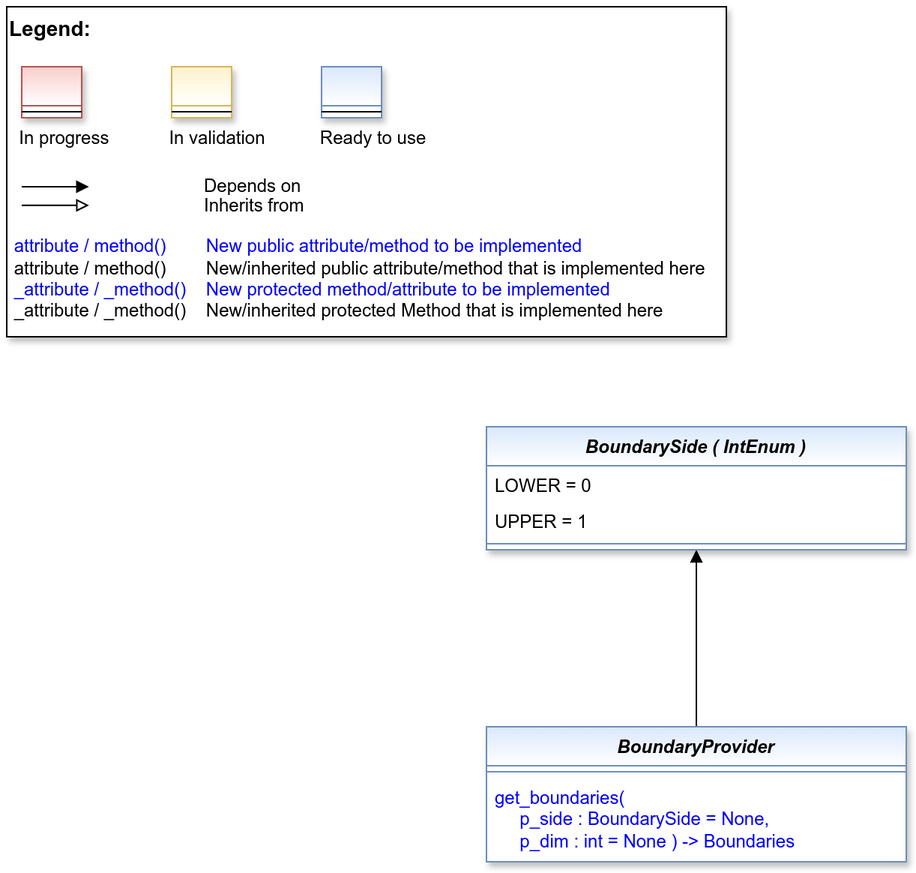
Above: doc/rtd/content/99_appendices/appendix2/sub/mlpro_bf/layer2_mathematics/images/MLPro-BF-Math-Statistics_class_diagram.drawio.png in fhswf/MLPro (draw.io), before the change. Source tidied: cells renumbered, new cells last; positions are measured from the earlier drawing's top-left corner, leaving out a move shared by most shapes. Source of this version:
```xml
<mxGraphModel>
  <root>
    <mxCell id="0" />
    <mxCell id="1" parent="0" />
    <mxCell id="2" style="edgeStyle=orthogonalEdgeStyle;rounded=0;jettySize=auto;html=1;endArrow=block;endFill=1;" parent="1" edge="1" source="3" target="16">
      <mxGeometry relative="1" as="geometry" />
    </mxCell>
    <mxCell id="3" value="BoundaryProvider" style="swimlane;fontStyle=3;align=center;verticalAlign=top;horizontal=1;startSize=26;rounded=0;shadow=1;strokeWidth=1;fillColor=#dae8fc;strokeColor=#6c8ebf;gradientColor=#FFFFFF;swimlaneFillColor=#FFFFFF;" parent="1" vertex="1">
      <mxGeometry x="320" y="480" width="280" height="90" as="geometry" />
    </mxCell>
    <mxCell id="4" style="line;html=1;strokeWidth=1;align=left;verticalAlign=middle;spacingTop=-1;spacingLeft=3;spacingRight=3;labelPosition=right;fillColor=#dae8fc;strokeColor=#6c8ebf;gradientColor=#FFFFFF;" parent="3" vertex="1">
      <mxGeometry y="26" width="280" height="8" as="geometry" />
    </mxCell>
    <mxCell id="5" value="get_boundaries( &#10;     p_side : BoundarySide = None, &#10;     p_dim : int = None ) -&gt; Boundaries" style="text;align=left;verticalAlign=top;spacingLeft=4;spacingRight=4;overflow=hidden;fontColor=#0000FF;whiteSpace=wrap;" parent="3" vertex="1">
      <mxGeometry y="34" width="280" height="54" as="geometry" />
    </mxCell>
    <mxCell id="6" style="group;" parent="1" vertex="1">
      <mxGeometry width="480" height="220" as="geometry" />
    </mxCell>
    <mxCell id="7" value="&lt;font color=&quot;#000000&quot; size=&quot;1&quot;&gt;&lt;b style=&quot;font-size: 14px&quot;&gt;Legend:&lt;br&gt;&lt;/b&gt;&lt;/font&gt;&lt;br&gt;&lt;br&gt;&lt;br&gt;&lt;font color=&quot;#0000ff&quot; style=&quot;font-size: 6px&quot;&gt;&lt;br&gt;&lt;/font&gt;&lt;span style=&quot;color: rgb(0 , 0 , 0)&quot;&gt;&lt;font style=&quot;font-size: 4px&quot;&gt;&amp;nbsp; &amp;nbsp;&lt;/font&gt;&amp;nbsp;In progress&amp;nbsp; &amp;nbsp; &amp;nbsp; &amp;nbsp; &amp;nbsp; &amp;nbsp; In validation&amp;nbsp; &amp;nbsp; &amp;nbsp; &amp;nbsp; &amp;nbsp; &amp;nbsp;Ready to use&lt;/span&gt;&lt;font color=&quot;#000000&quot;&gt;&amp;nbsp;&lt;br&gt;&lt;/font&gt;&lt;font color=&quot;#0000ff&quot;&gt;&lt;br&gt;&lt;br&gt;&lt;br&gt;&lt;br&gt;&amp;nbsp;attribute / method()&amp;nbsp; &amp;nbsp; &amp;nbsp; &amp;nbsp; New public attribute/method to be implemented&lt;/font&gt;&lt;br&gt;&lt;font color=&quot;#000000&quot;&gt;&amp;nbsp;&lt;/font&gt;&lt;font color=&quot;#000000&quot;&gt;attribute / method()&lt;span&gt;&#9;&lt;/span&gt;&amp;nbsp; &amp;nbsp; &amp;nbsp; &amp;nbsp;New/inherited public attribute/method that is implemented here&lt;br&gt;&lt;/font&gt;&lt;font color=&quot;#0000ff&quot;&gt;&amp;nbsp;_attribute /&amp;nbsp;&lt;/font&gt;&lt;font color=&quot;#0000ff&quot;&gt;_method()&amp;nbsp; &amp;nbsp; New protected method/attribute to be implemented&lt;/font&gt;&lt;br&gt;&lt;font color=&quot;#000000&quot;&gt;&amp;nbsp;_attribute / _method()&amp;nbsp; &amp;nbsp; New/inherited protected Method that is implemented here&lt;br&gt;&lt;/font&gt;&lt;font color=&quot;#000000&quot;&gt;&lt;br&gt;&lt;br&gt;&lt;br&gt;&lt;br&gt;&lt;br&gt;&lt;/font&gt;" style="text;html=1;align=left;verticalAlign=top;whiteSpace=wrap;rounded=0;fontColor=#006600;strokeColor=#000000;shadow=1;fillColor=#ffffff;" parent="6" vertex="1">
      <mxGeometry width="480" height="220" as="geometry" />
    </mxCell>
    <mxCell id="8" value="Depends on" style="endArrow=block;html=1;labelPosition=right;verticalLabelPosition=middle;align=left;verticalAlign=middle;endFill=1;fontSize=12;" parent="6" edge="1">
      <mxGeometry x="-1590" y="-2180" as="geometry">
        <mxPoint x="10" y="120" as="sourcePoint" />
        <mxPoint x="54.8" y="120" as="targetPoint" />
        <Array as="points">
          <mxPoint x="30" y="120" />
        </Array>
        <mxPoint x="98" as="offset" />
      </mxGeometry>
    </mxCell>
    <mxCell id="9" value="Inherits from" style="endArrow=block;html=1;labelPosition=right;verticalLabelPosition=middle;align=left;verticalAlign=middle;endFill=0;fontSize=12;" parent="6" edge="1">
      <mxGeometry x="-1590" y="-2180" as="geometry">
        <mxPoint x="10" y="132.4" as="sourcePoint" />
        <mxPoint x="54.8" y="132.4" as="targetPoint" />
        <mxPoint x="98" y="1" as="offset" />
      </mxGeometry>
    </mxCell>
    <mxCell id="10" style="swimlane;fontStyle=3;align=center;verticalAlign=top;horizontal=1;startSize=26;rounded=0;shadow=1;strokeWidth=1;fillColor=#f8cecc;strokeColor=#b85450;gradientColor=#ffffff;swimlaneFillColor=#ffffff;" parent="6" vertex="1">
      <mxGeometry x="10" y="40" width="40" height="34" as="geometry" />
    </mxCell>
    <mxCell id="11" style="line;html=1;strokeWidth=1;align=left;verticalAlign=middle;spacingTop=-1;spacingLeft=3;spacingRight=3;labelPosition=right;" parent="10" vertex="1">
      <mxGeometry y="26" width="40" height="8" as="geometry" />
    </mxCell>
    <mxCell id="12" style="swimlane;fontStyle=3;align=center;verticalAlign=top;horizontal=1;startSize=26;rounded=0;shadow=1;strokeWidth=1;fillColor=#fff2cc;strokeColor=#d6b656;gradientColor=#ffffff;swimlaneFillColor=#ffffff;" parent="6" vertex="1">
      <mxGeometry x="110" y="40" width="40" height="34" as="geometry" />
    </mxCell>
    <mxCell id="13" style="line;html=1;strokeWidth=1;align=left;verticalAlign=middle;spacingTop=-1;spacingLeft=3;spacingRight=3;labelPosition=right;" parent="12" vertex="1">
      <mxGeometry y="26" width="40" height="8" as="geometry" />
    </mxCell>
    <mxCell id="14" style="swimlane;fontStyle=3;align=center;verticalAlign=top;horizontal=1;startSize=26;rounded=0;shadow=1;strokeWidth=1;fillColor=#dae8fc;strokeColor=#6c8ebf;gradientColor=#ffffff;swimlaneFillColor=#ffffff;" parent="6" vertex="1">
      <mxGeometry x="210" y="40" width="40" height="34" as="geometry" />
    </mxCell>
    <mxCell id="15" style="line;html=1;strokeWidth=1;align=left;verticalAlign=middle;spacingTop=-1;spacingLeft=3;spacingRight=3;labelPosition=right;" parent="14" vertex="1">
      <mxGeometry y="26" width="40" height="8" as="geometry" />
    </mxCell>
    <mxCell id="16" value="BoundarySide ( IntEnum )" style="swimlane;fontStyle=3;align=center;verticalAlign=top;horizontal=1;startSize=26;rounded=0;shadow=1;strokeWidth=1;fillColor=#dae8fc;strokeColor=#6c8ebf;gradientColor=#FFFFFF;swimlaneFillColor=#FFFFFF;" parent="1" vertex="1">
      <mxGeometry x="320" y="280" width="280" height="82" as="geometry" />
    </mxCell>
    <mxCell id="17" value="LOWER = 0" style="text;align=left;verticalAlign=top;spacingLeft=4;spacingRight=4;overflow=hidden;fontColor=default;whiteSpace=wrap;" parent="16" vertex="1">
      <mxGeometry y="26" width="280" height="24" as="geometry" />
    </mxCell>
    <mxCell id="18" value="UPPER = 1" style="text;align=left;verticalAlign=top;spacingLeft=4;spacingRight=4;overflow=hidden;points=[[0,0.5],[1,0.5]];portConstraint=eastwest;fontColor=default;whiteSpace=wrap;" parent="16" vertex="1">
      <mxGeometry y="50" width="280" height="24" as="geometry" />
    </mxCell>
    <mxCell id="19" style="line;html=1;strokeWidth=1;align=left;verticalAlign=middle;spacingTop=-1;spacingLeft=3;spacingRight=3;labelPosition=right;fillColor=#dae8fc;strokeColor=#6c8ebf;gradientColor=#FFFFFF;" parent="16" vertex="1">
      <mxGeometry y="74" width="280" height="8" as="geometry" />
    </mxCell>
  </root>
</mxGraphModel>
```
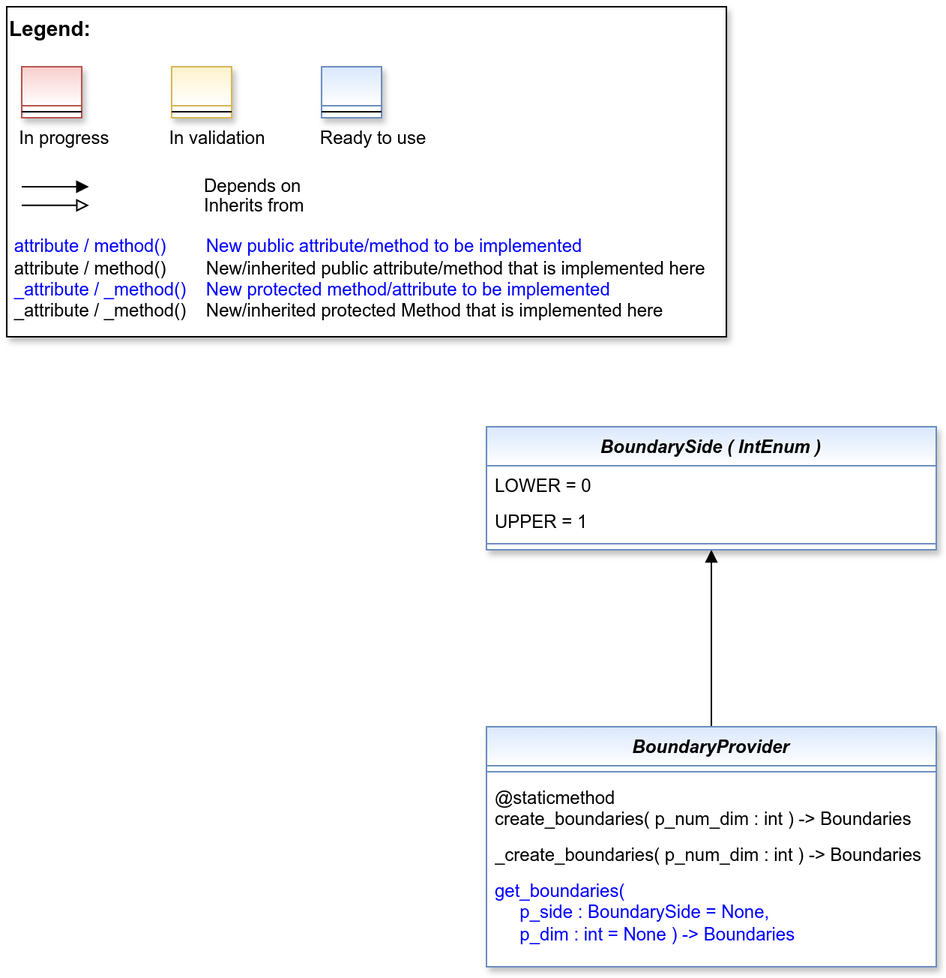
Above is the later version.

Diff of the diagram source:
```diff
@@ -2,70 +2,76 @@
   <root>
     <mxCell id="0" />
     <mxCell id="1" parent="0" />
-    <mxCell id="2" style="edgeStyle=orthogonalEdgeStyle;rounded=0;jettySize=auto;html=1;endArrow=block;endFill=1;" parent="1" edge="1" source="3" target="16">
+    <mxCell id="2" style="edgeStyle=orthogonalEdgeStyle;rounded=0;jettySize=auto;html=1;endArrow=block;endFill=1;" parent="1" edge="1" source="3" target="18">
       <mxGeometry relative="1" as="geometry" />
     </mxCell>
     <mxCell id="3" value="BoundaryProvider" style="swimlane;fontStyle=3;align=center;verticalAlign=top;horizontal=1;startSize=26;rounded=0;shadow=1;strokeWidth=1;fillColor=#dae8fc;strokeColor=#6c8ebf;gradientColor=#FFFFFF;swimlaneFillColor=#FFFFFF;" parent="1" vertex="1">
-      <mxGeometry x="320" y="480" width="280" height="90" as="geometry" />
+      <mxGeometry x="320" y="480" width="300" height="160" as="geometry" />
     </mxCell>
     <mxCell id="4" style="line;html=1;strokeWidth=1;align=left;verticalAlign=middle;spacingTop=-1;spacingLeft=3;spacingRight=3;labelPosition=right;fillColor=#dae8fc;strokeColor=#6c8ebf;gradientColor=#FFFFFF;" parent="3" vertex="1">
-      <mxGeometry y="26" width="280" height="8" as="geometry" />
+      <mxGeometry y="26" width="300" height="8" as="geometry" />
     </mxCell>
-    <mxCell id="5" value="get_boundaries( &#10;     p_side : BoundarySide = None, &#10;     p_dim : int = None ) -&gt; Boundaries" style="text;align=left;verticalAlign=top;spacingLeft=4;spacingRight=4;overflow=hidden;fontColor=#0000FF;whiteSpace=wrap;" parent="3" vertex="1">
-      <mxGeometry y="34" width="280" height="54" as="geometry" />
+    <mxCell id="5" value="@staticmethod&#10;create_boundaries( p_num_dim : int ) -&gt; Boundaries" style="text;align=left;verticalAlign=top;spacingLeft=4;spacingRight=4;overflow=hidden;fontColor=default;whiteSpace=wrap;" parent="3" vertex="1">
+      <mxGeometry y="34" width="300" height="38" as="geometry" />
     </mxCell>
-    <mxCell id="6" style="group;" parent="1" vertex="1">
-      <mxGeometry width="480" height="220" as="geometry" />
+    <mxCell id="6" value="_create_boundaries( p_num_dim : int ) -&gt; Boundaries" style="text;align=left;verticalAlign=top;spacingLeft=4;spacingRight=4;overflow=hidden;fontColor=default;whiteSpace=wrap;" parent="3" vertex="1">
+      <mxGeometry y="72" width="300" height="24" as="geometry" />
     </mxCell>
-    <mxCell id="7" value="&lt;font color=&quot;#000000&quot; size=&quot;1&quot;&gt;&lt;b style=&quot;font-size: 14px&quot;&gt;Legend:&lt;br&gt;&lt;/b&gt;&lt;/font&gt;&lt;br&gt;&lt;br&gt;&lt;br&gt;&lt;font color=&quot;#0000ff&quot; style=&quot;font-size: 6px&quot;&gt;&lt;br&gt;&lt;/font&gt;&lt;span style=&quot;color: rgb(0 , 0 , 0)&quot;&gt;&lt;font style=&quot;font-size: 4px&quot;&gt;&amp;nbsp; &amp;nbsp;&lt;/font&gt;&amp;nbsp;In progress&amp;nbsp; &amp;nbsp; &amp;nbsp; &amp;nbsp; &amp;nbsp; &amp;nbsp; In validation&amp;nbsp; &amp;nbsp; &amp;nbsp; &amp;nbsp; &amp;nbsp; &amp;nbsp;Ready to use&lt;/span&gt;&lt;font color=&quot;#000000&quot;&gt;&amp;nbsp;&lt;br&gt;&lt;/font&gt;&lt;font color=&quot;#0000ff&quot;&gt;&lt;br&gt;&lt;br&gt;&lt;br&gt;&lt;br&gt;&amp;nbsp;attribute / method()&amp;nbsp; &amp;nbsp; &amp;nbsp; &amp;nbsp; New public attribute/method to be implemented&lt;/font&gt;&lt;br&gt;&lt;font color=&quot;#000000&quot;&gt;&amp;nbsp;&lt;/font&gt;&lt;font color=&quot;#000000&quot;&gt;attribute / method()&lt;span&gt;&#9;&lt;/span&gt;&amp;nbsp; &amp;nbsp; &amp;nbsp; &amp;nbsp;New/inherited public attribute/method that is implemented here&lt;br&gt;&lt;/font&gt;&lt;font color=&quot;#0000ff&quot;&gt;&amp;nbsp;_attribute /&amp;nbsp;&lt;/font&gt;&lt;font color=&quot;#0000ff&quot;&gt;_method()&amp;nbsp; &amp;nbsp; New protected method/attribute to be implemented&lt;/font&gt;&lt;br&gt;&lt;font color=&quot;#000000&quot;&gt;&amp;nbsp;_attribute / _method()&amp;nbsp; &amp;nbsp; New/inherited protected Method that is implemented here&lt;br&gt;&lt;/font&gt;&lt;font color=&quot;#000000&quot;&gt;&lt;br&gt;&lt;br&gt;&lt;br&gt;&lt;br&gt;&lt;br&gt;&lt;/font&gt;" style="text;html=1;align=left;verticalAlign=top;whiteSpace=wrap;rounded=0;fontColor=#006600;strokeColor=#000000;shadow=1;fillColor=#ffffff;" parent="6" vertex="1">
-      <mxGeometry width="480" height="220" as="geometry" />
+    <mxCell id="7" value="get_boundaries( &#10;     p_side : BoundarySide = None, &#10;     p_dim : int = None ) -&gt; Boundaries" style="text;align=left;verticalAlign=top;spacingLeft=4;spacingRight=4;overflow=hidden;fontColor=#0000FF;whiteSpace=wrap;" parent="3" vertex="1">
+      <mxGeometry y="96" width="300" height="54" as="geometry" />
     </mxCell>
-    <mxCell id="8" value="Depends on" style="endArrow=block;html=1;labelPosition=right;verticalLabelPosition=middle;align=left;verticalAlign=middle;endFill=1;fontSize=12;" parent="6" edge="1">
-      <mxGeometry x="-1590" y="-2180" as="geometry">
-        <mxPoint x="10" y="120" as="sourcePoint" />
-        <mxPoint x="54.8" y="120" as="targetPoint" />
-        <Array as="points">
-          <mxPoint x="30" y="120" />
-        </Array>
-        <mxPoint x="98" as="offset" />
-      </mxGeometry>
+    <mxCell id="8" style="group;" parent="1" vertex="1">
+      <mxGeometry width="480" height="220" as="geometry" />
     </mxCell>
-    <mxCell id="9" value="Inherits from" style="endArrow=block;html=1;labelPosition=right;verticalLabelPosition=middle;align=left;verticalAlign=middle;endFill=0;fontSize=12;" parent="6" edge="1">
-      <mxGeometry x="-1590" y="-2180" as="geometry">
-        <mxPoint x="10" y="132.4" as="sourcePoint" />
-        <mxPoint x="54.8" y="132.4" as="targetPoint" />
-        <mxPoint x="98" y="1" as="offset" />
-      </mxGeometry>
+    <mxCell id="9" value="&lt;font color=&quot;#000000&quot; size=&quot;1&quot;&gt;&lt;b style=&quot;font-size: 14px&quot;&gt;Legend:&lt;br&gt;&lt;/b&gt;&lt;/font&gt;&lt;br&gt;&lt;br&gt;&lt;br&gt;&lt;font color=&quot;#0000ff&quot; style=&quot;font-size: 6px&quot;&gt;&lt;br&gt;&lt;/font&gt;&lt;span style=&quot;color: rgb(0 , 0 , 0)&quot;&gt;&lt;font style=&quot;font-size: 4px&quot;&gt;&amp;nbsp; &amp;nbsp;&lt;/font&gt;&amp;nbsp;In progress&amp;nbsp; &amp;nbsp; &amp;nbsp; &amp;nbsp; &amp;nbsp; &amp;nbsp; In validation&amp;nbsp; &amp;nbsp; &amp;nbsp; &amp;nbsp; &amp;nbsp; &amp;nbsp;Ready to use&lt;/span&gt;&lt;font color=&quot;#000000&quot;&gt;&amp;nbsp;&lt;br&gt;&lt;/font&gt;&lt;font color=&quot;#0000ff&quot;&gt;&lt;br&gt;&lt;br&gt;&lt;br&gt;&lt;br&gt;&amp;nbsp;attribute / method()&amp;nbsp; &amp;nbsp; &amp;nbsp; &amp;nbsp; New public attribute/method to be implemented&lt;/font&gt;&lt;br&gt;&lt;font color=&quot;#000000&quot;&gt;&amp;nbsp;&lt;/font&gt;&lt;font color=&quot;#000000&quot;&gt;attribute / method()&lt;span&gt;&#9;&lt;/span&gt;&amp;nbsp; &amp;nbsp; &amp;nbsp; &amp;nbsp;New/inherited public attribute/method that is implemented here&lt;br&gt;&lt;/font&gt;&lt;font color=&quot;#0000ff&quot;&gt;&amp;nbsp;_attribute /&amp;nbsp;&lt;/font&gt;&lt;font color=&quot;#0000ff&quot;&gt;_method()&amp;nbsp; &amp;nbsp; New protected method/attribute to be implemented&lt;/font&gt;&lt;br&gt;&lt;font color=&quot;#000000&quot;&gt;&amp;nbsp;_attribute / _method()&amp;nbsp; &amp;nbsp; New/inherited protected Method that is implemented here&lt;br&gt;&lt;/font&gt;&lt;font color=&quot;#000000&quot;&gt;&lt;br&gt;&lt;br&gt;&lt;br&gt;&lt;br&gt;&lt;br&gt;&lt;/font&gt;" style="text;html=1;align=left;verticalAlign=top;whiteSpace=wrap;rounded=0;fontColor=#006600;strokeColor=#000000;shadow=1;fillColor=#ffffff;" parent="8" vertex="1">
+      <mxGeometry width="480" height="220" as="geometry" />
     </mxCell>
-    <mxCell id="10" style="swimlane;fontStyle=3;align=center;verticalAlign=top;horizontal=1;startSize=26;rounded=0;shadow=1;strokeWidth=1;fillColor=#f8cecc;strokeColor=#b85450;gradientColor=#ffffff;swimlaneFillColor=#ffffff;" parent="6" vertex="1">
-      <mxGeometry x="10" y="40" width="40" height="34" as="geometry" />
+    <mxCell id="10" value="Depends on" style="endArrow=block;html=1;labelPosition=right;verticalLabelPosition=middle;align=left;verticalAlign=middle;endFill=1;fontSize=12;" parent="8" edge="1">
+      <mxGeometry x="-1590" y="-2180" as="geometry">
+        <mxPoint x="10" y="120" as="sourcePoint" />
+        <mxPoint x="54.8" y="120" as="targetPoint" />
+        <Array as="points">
+          <mxPoint x="30" y="120" />
+        </Array>
+        <mxPoint x="98" as="offset" />
+      </mxGeometry>
     </mxCell>
-    <mxCell id="11" style="line;html=1;strokeWidth=1;align=left;verticalAlign=middle;spacingTop=-1;spacingLeft=3;spacingRight=3;labelPosition=right;" parent="10" vertex="1">
-      <mxGeometry y="26" width="40" height="8" as="geometry" />
+    <mxCell id="11" value="Inherits from" style="endArrow=block;html=1;labelPosition=right;verticalLabelPosition=middle;align=left;verticalAlign=middle;endFill=0;fontSize=12;" parent="8" edge="1">
+      <mxGeometry x="-1590" y="-2180" as="geometry">
+        <mxPoint x="10" y="132.4" as="sourcePoint" />
+        <mxPoint x="54.8" y="132.4" as="targetPoint" />
+        <mxPoint x="98" y="1" as="offset" />
+      </mxGeometry>
     </mxCell>
-    <mxCell id="12" style="swimlane;fontStyle=3;align=center;verticalAlign=top;horizontal=1;startSize=26;rounded=0;shadow=1;strokeWidth=1;fillColor=#fff2cc;strokeColor=#d6b656;gradientColor=#ffffff;swimlaneFillColor=#ffffff;" parent="6" vertex="1">
-      <mxGeometry x="110" y="40" width="40" height="34" as="geometry" />
+    <mxCell id="12" style="swimlane;fontStyle=3;align=center;verticalAlign=top;horizontal=1;startSize=26;rounded=0;shadow=1;strokeWidth=1;fillColor=#f8cecc;strokeColor=#b85450;gradientColor=#ffffff;swimlaneFillColor=#ffffff;" parent="8" vertex="1">
+      <mxGeometry x="10" y="40" width="40" height="34" as="geometry" />
     </mxCell>
     <mxCell id="13" style="line;html=1;strokeWidth=1;align=left;verticalAlign=middle;spacingTop=-1;spacingLeft=3;spacingRight=3;labelPosition=right;" parent="12" vertex="1">
       <mxGeometry y="26" width="40" height="8" as="geometry" />
     </mxCell>
-    <mxCell id="14" style="swimlane;fontStyle=3;align=center;verticalAlign=top;horizontal=1;startSize=26;rounded=0;shadow=1;strokeWidth=1;fillColor=#dae8fc;strokeColor=#6c8ebf;gradientColor=#ffffff;swimlaneFillColor=#ffffff;" parent="6" vertex="1">
-      <mxGeometry x="210" y="40" width="40" height="34" as="geometry" />
+    <mxCell id="14" style="swimlane;fontStyle=3;align=center;verticalAlign=top;horizontal=1;startSize=26;rounded=0;shadow=1;strokeWidth=1;fillColor=#fff2cc;strokeColor=#d6b656;gradientColor=#ffffff;swimlaneFillColor=#ffffff;" parent="8" vertex="1">
+      <mxGeometry x="110" y="40" width="40" height="34" as="geometry" />
     </mxCell>
     <mxCell id="15" style="line;html=1;strokeWidth=1;align=left;verticalAlign=middle;spacingTop=-1;spacingLeft=3;spacingRight=3;labelPosition=right;" parent="14" vertex="1">
       <mxGeometry y="26" width="40" height="8" as="geometry" />
     </mxCell>
-    <mxCell id="16" value="BoundarySide ( IntEnum )" style="swimlane;fontStyle=3;align=center;verticalAlign=top;horizontal=1;startSize=26;rounded=0;shadow=1;strokeWidth=1;fillColor=#dae8fc;strokeColor=#6c8ebf;gradientColor=#FFFFFF;swimlaneFillColor=#FFFFFF;" parent="1" vertex="1">
-      <mxGeometry x="320" y="280" width="280" height="82" as="geometry" />
+    <mxCell id="16" style="swimlane;fontStyle=3;align=center;verticalAlign=top;horizontal=1;startSize=26;rounded=0;shadow=1;strokeWidth=1;fillColor=#dae8fc;strokeColor=#6c8ebf;gradientColor=#ffffff;swimlaneFillColor=#ffffff;" parent="8" vertex="1">
+      <mxGeometry x="210" y="40" width="40" height="34" as="geometry" />
     </mxCell>
-    <mxCell id="17" value="LOWER = 0" style="text;align=left;verticalAlign=top;spacingLeft=4;spacingRight=4;overflow=hidden;fontColor=default;whiteSpace=wrap;" parent="16" vertex="1">
-      <mxGeometry y="26" width="280" height="24" as="geometry" />
+    <mxCell id="17" style="line;html=1;strokeWidth=1;align=left;verticalAlign=middle;spacingTop=-1;spacingLeft=3;spacingRight=3;labelPosition=right;" parent="16" vertex="1">
+      <mxGeometry y="26" width="40" height="8" as="geometry" />
     </mxCell>
-    <mxCell id="18" value="UPPER = 1" style="text;align=left;verticalAlign=top;spacingLeft=4;spacingRight=4;overflow=hidden;points=[[0,0.5],[1,0.5]];portConstraint=eastwest;fontColor=default;whiteSpace=wrap;" parent="16" vertex="1">
-      <mxGeometry y="50" width="280" height="24" as="geometry" />
+    <mxCell id="18" value="BoundarySide ( IntEnum )" style="swimlane;fontStyle=3;align=center;verticalAlign=top;horizontal=1;startSize=26;rounded=0;shadow=1;strokeWidth=1;fillColor=#dae8fc;strokeColor=#6c8ebf;gradientColor=#FFFFFF;swimlaneFillColor=#FFFFFF;" parent="1" vertex="1">
+      <mxGeometry x="320" y="280" width="300" height="82" as="geometry" />
     </mxCell>
-    <mxCell id="19" style="line;html=1;strokeWidth=1;align=left;verticalAlign=middle;spacingTop=-1;spacingLeft=3;spacingRight=3;labelPosition=right;fillColor=#dae8fc;strokeColor=#6c8ebf;gradientColor=#FFFFFF;" parent="16" vertex="1">
-      <mxGeometry y="74" width="280" height="8" as="geometry" />
+    <mxCell id="19" value="LOWER = 0" style="text;align=left;verticalAlign=top;spacingLeft=4;spacingRight=4;overflow=hidden;fontColor=default;whiteSpace=wrap;" parent="18" vertex="1">
+      <mxGeometry y="26" width="300" height="24" as="geometry" />
     </mxCell>
+    <mxCell id="20" value="UPPER = 1" style="text;align=left;verticalAlign=top;spacingLeft=4;spacingRight=4;overflow=hidden;fontColor=default;whiteSpace=wrap;" parent="18" vertex="1">
+      <mxGeometry y="50" width="300" height="24" as="geometry" />
+    </mxCell>
+    <mxCell id="21" style="line;html=1;strokeWidth=1;align=left;verticalAlign=middle;spacingTop=-1;spacingLeft=3;spacingRight=3;labelPosition=right;fillColor=#dae8fc;strokeColor=#6c8ebf;gradientColor=#FFFFFF;" parent="18" vertex="1">
+      <mxGeometry y="74" width="300" height="8" as="geometry" />
+    </mxCell>
   </root>
 </mxGraphModel>
```
